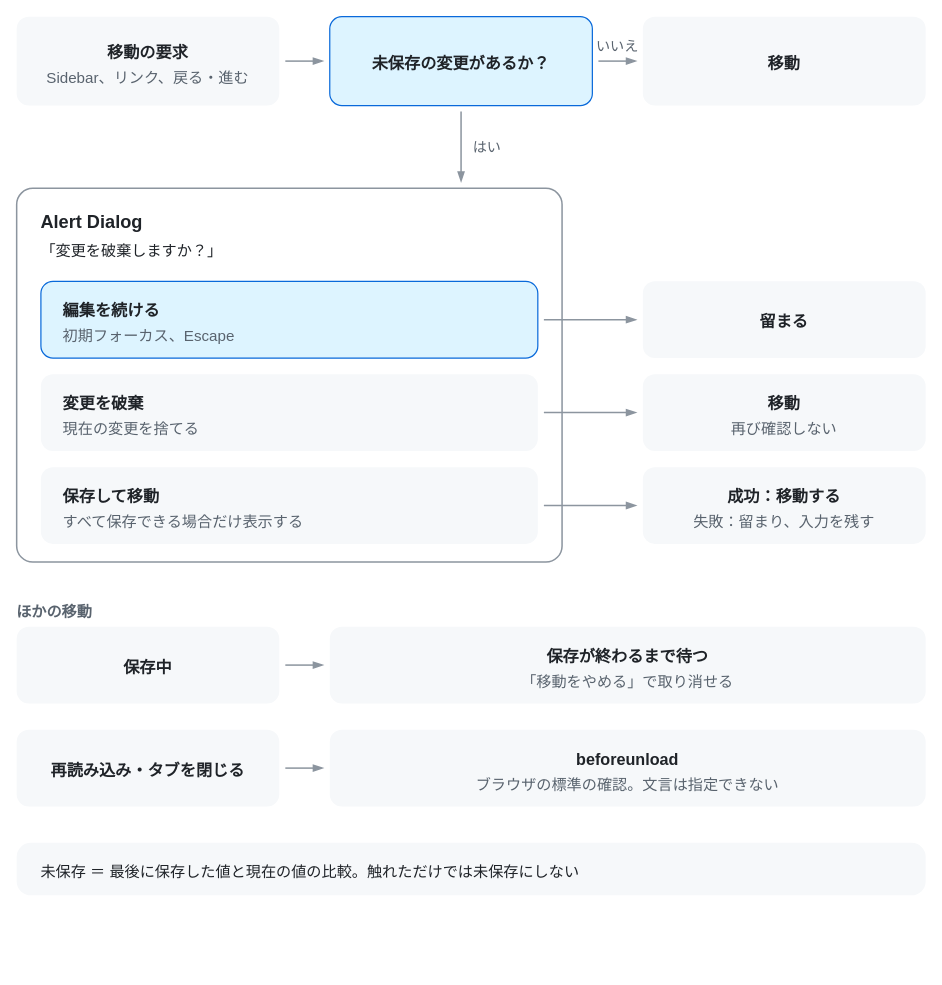
The draw.io diagram docs/diagrams/unsaved-navigation.drawio in ISSEI51/flow-design, before the edit. Source tidied: cells renumbered, new cells numbered last; positions are measured from the earlier drawing's top-left corner, leaving out a move shared by most shapes. Both pictures are drawn from the tidied source at 101%, with x=0, y=0 at pixel (16, 16).
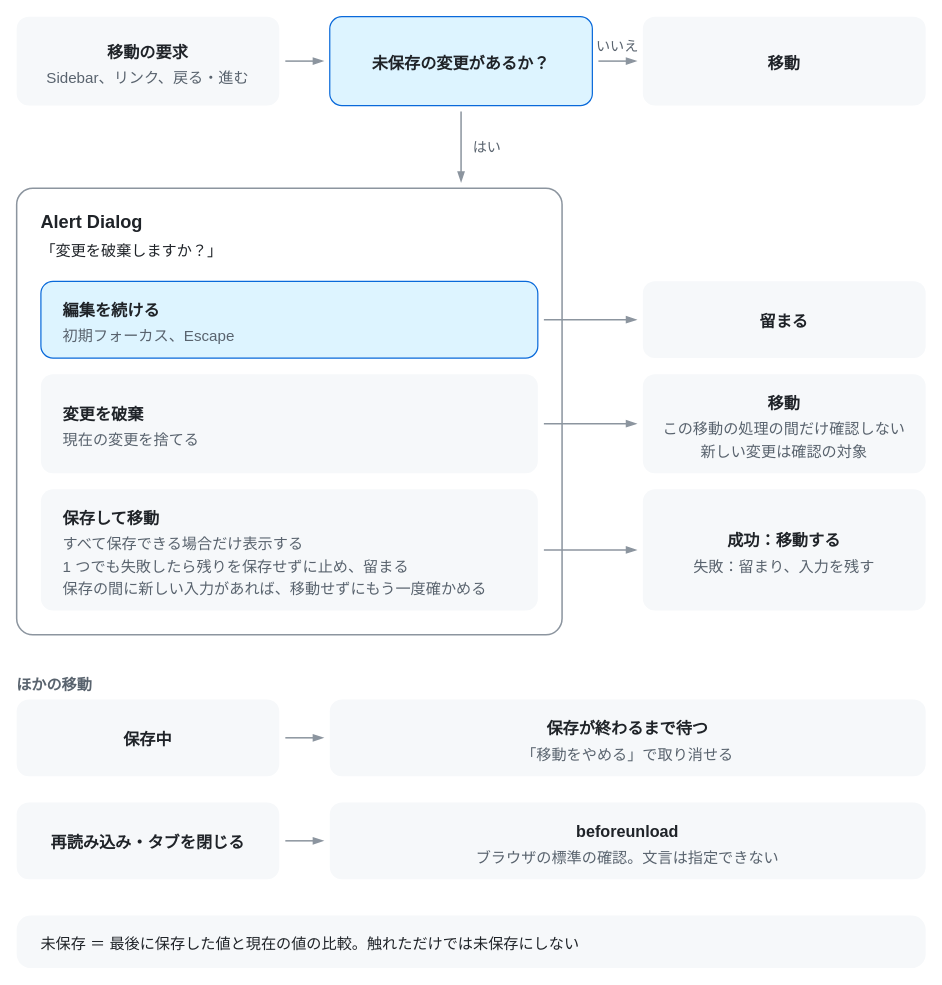
After the change.

What changed in the source:
```diff
@@
     <mxCell id="14" style="rounded=1;absoluteArcSize=1;arcSize=32;html=0;fillColor=light-dark(#FFFFFF,#0D1117);strokeColor=light-dark(#8C959F,#6E7681);strokeWidth=1.5;dashed=0;opacity=100;" parent="1" vertex="1">
-      <mxGeometry y="170" width="540" height="370" as="geometry" />
+      <mxGeometry y="170" width="540" height="442" as="geometry" />
     </mxCell>
@@
     <mxCell id="23" style="rounded=1;absoluteArcSize=1;arcSize=24;html=0;fillColor=light-dark(#F6F8FA,#161B22);strokeColor=none;strokeWidth=1.2;dashed=0;opacity=100;" parent="1" vertex="1">
-      <mxGeometry x="24" y="354" width="492" height="76" as="geometry" />
+      <mxGeometry x="24" y="354" width="492" height="98" as="geometry" />
     </mxCell>
     <mxCell id="24" value="変更を破棄" style="text;html=0;whiteSpace=nowrap;align=left;verticalAlign=top;spacing=0;fontFamily=Helvetica;fontSize=16;fontColor=light-dark(#1F2328,#E6EDF3);fontStyle=1;" parent="1" vertex="1">
-      <mxGeometry x="46" y="369" width="448" height="20" as="geometry" />
+      <mxGeometry x="46" y="380" width="448" height="20" as="geometry" />
     </mxCell>
     <mxCell id="25" value="現在の変更を捨てる" style="text;html=0;whiteSpace=nowrap;align=left;verticalAlign=top;spacing=0;fontFamily=Helvetica;fontSize=15;fontColor=light-dark(#59636E,#9198A1);fontStyle=0;" parent="1" vertex="1">
-      <mxGeometry x="46" y="395" width="448" height="20" as="geometry" />
+      <mxGeometry x="46" y="406" width="448" height="20" as="geometry" />
     </mxCell>
     <mxCell id="26" style="html=0;endArrow=blockThin;endFill=1;endSize=7;startArrow=none;strokeColor=light-dark(#8C959F,#6E7681);strokeWidth=1.5;dashed=0;rounded=1;" parent="1" edge="1">
       <mxGeometry relative="1" as="geometry">
-        <mxPoint x="522" y="392" as="sourcePoint" />
-        <mxPoint x="614" y="392" as="targetPoint" />
+        <mxPoint x="522" y="403" as="sourcePoint" />
+        <mxPoint x="614" y="403" as="targetPoint" />
       </mxGeometry>
     </mxCell>
     <mxCell id="27" style="rounded=1;absoluteArcSize=1;arcSize=24;html=0;fillColor=light-dark(#F6F8FA,#161B22);strokeColor=none;strokeWidth=1.2;dashed=0;opacity=100;" parent="1" vertex="1">
-      <mxGeometry x="620" y="354" width="280" height="76" as="geometry" />
+      <mxGeometry x="620" y="354" width="280" height="98" as="geometry" />
     </mxCell>
@@
-    <mxCell id="29" value="再び確認しない" style="text;html=0;whiteSpace=nowrap;align=center;verticalAlign=top;spacing=0;fontFamily=Helvetica;fontSize=15;fontColor=light-dark(#59636E,#9198A1);fontStyle=0;" parent="1" vertex="1">
+    <mxCell id="29" value="この移動の処理の間だけ確認しない" style="text;html=0;whiteSpace=nowrap;align=center;verticalAlign=top;spacing=0;fontFamily=Helvetica;fontSize=15;fontColor=light-dark(#59636E,#9198A1);fontStyle=0;" parent="1" vertex="1">
       <mxGeometry x="628" y="395" width="264" height="20" as="geometry" />
     </mxCell>
-    <mxCell id="30" style="rounded=1;absoluteArcSize=1;arcSize=24;html=0;fillColor=light-dark(#F6F8FA,#161B22);strokeColor=none;strokeWidth=1.2;dashed=0;opacity=100;" parent="1" vertex="1">
-      <mxGeometry x="24" y="446" width="492" height="76" as="geometry" />
+    <mxCell id="30" value="新しい変更は確認の対象" style="text;html=0;whiteSpace=nowrap;align=center;verticalAlign=top;spacing=0;fontFamily=Helvetica;fontSize=15;fontColor=light-dark(#59636E,#9198A1);fontStyle=0;" parent="1" vertex="1">
+      <mxGeometry x="628" y="417" width="264" height="20" as="geometry" />
     </mxCell>
-    <mxCell id="31" value="保存して移動" style="text;html=0;whiteSpace=nowrap;align=left;verticalAlign=top;spacing=0;fontFamily=Helvetica;fontSize=16;fontColor=light-dark(#1F2328,#E6EDF3);fontStyle=1;" parent="1" vertex="1">
-      <mxGeometry x="46" y="461" width="448" height="20" as="geometry" />
+    <mxCell id="31" style="rounded=1;absoluteArcSize=1;arcSize=24;html=0;fillColor=light-dark(#F6F8FA,#161B22);strokeColor=none;strokeWidth=1.2;dashed=0;opacity=100;" parent="1" vertex="1">
+      <mxGeometry x="24" y="468" width="492" height="120" as="geometry" />
     </mxCell>
-    <mxCell id="32" value="すべて保存できる場合だけ表示する" style="text;html=0;whiteSpace=nowrap;align=left;verticalAlign=top;spacing=0;fontFamily=Helvetica;fontSize=15;fontColor=light-dark(#59636E,#9198A1);fontStyle=0;" parent="1" vertex="1">
-      <mxGeometry x="46" y="487" width="448" height="20" as="geometry" />
+    <mxCell id="32" value="保存して移動" style="text;html=0;whiteSpace=nowrap;align=left;verticalAlign=top;spacing=0;fontFamily=Helvetica;fontSize=16;fontColor=light-dark(#1F2328,#E6EDF3);fontStyle=1;" parent="1" vertex="1">
+      <mxGeometry x="46" y="483" width="448" height="20" as="geometry" />
     </mxCell>
-    <mxCell id="33" style="html=0;endArrow=blockThin;endFill=1;endSize=7;startArrow=none;strokeColor=light-dark(#8C959F,#6E7681);strokeWidth=1.5;dashed=0;rounded=1;" parent="1" edge="1">
-      <mxGeometry relative="1" as="geometry">
-        <mxPoint x="522" y="484" as="sourcePoint" />
-        <mxPoint x="614" y="484" as="targetPoint" />
-      </mxGeometry>
+    <mxCell id="33" value="すべて保存できる場合だけ表示する" style="text;html=0;whiteSpace=nowrap;align=left;verticalAlign=top;spacing=0;fontFamily=Helvetica;fontSize=15;fontColor=light-dark(#59636E,#9198A1);fontStyle=0;" parent="1" vertex="1">
+      <mxGeometry x="46" y="509" width="448" height="20" as="geometry" />
     </mxCell>
-    <mxCell id="34" style="rounded=1;absoluteArcSize=1;arcSize=24;html=0;fillColor=light-dark(#F6F8FA,#161B22);strokeColor=none;strokeWidth=1.2;dashed=0;opacity=100;" parent="1" vertex="1">
-      <mxGeometry x="620" y="446" width="280" height="76" as="geometry" />
+    <mxCell id="34" value="1 つでも失敗したら残りを保存せずに止め、留まる" style="text;html=0;whiteSpace=nowrap;align=left;verticalAlign=top;spacing=0;fontFamily=Helvetica;fontSize=15;fontColor=light-dark(#59636E,#9198A1);fontStyle=0;" parent="1" vertex="1">
+      <mxGeometry x="46" y="531" width="448" height="20" as="geometry" />
     </mxCell>
-    <mxCell id="35" value="成功：移動する" style="text;html=0;whiteSpace=nowrap;align=center;verticalAlign=top;spacing=0;fontFamily=Helvetica;fontSize=16;fontColor=light-dark(#1F2328,#E6EDF3);fontStyle=1;" parent="1" vertex="1">
-      <mxGeometry x="628" y="461" width="264" height="20" as="geometry" />
+    <mxCell id="35" value="保存の間に新しい入力があれば、移動せずにもう一度確かめる" style="text;html=0;whiteSpace=nowrap;align=left;verticalAlign=top;spacing=0;fontFamily=Helvetica;fontSize=15;fontColor=light-dark(#59636E,#9198A1);fontStyle=0;" parent="1" vertex="1">
+      <mxGeometry x="46" y="553" width="448" height="20" as="geometry" />
     </mxCell>
-    <mxCell id="36" value="失敗：留まり、入力を残す" style="text;html=0;whiteSpace=nowrap;align=center;verticalAlign=top;spacing=0;fontFamily=Helvetica;fontSize=15;fontColor=light-dark(#59636E,#9198A1);fontStyle=0;" parent="1" vertex="1">
-      <mxGeometry x="628" y="487" width="264" height="20" as="geometry" />
+    <mxCell id="36" style="html=0;endArrow=blockThin;endFill=1;endSize=7;startArrow=none;strokeColor=light-dark(#8C959F,#6E7681);strokeWidth=1.5;dashed=0;rounded=1;" parent="1" edge="1">
+      <mxGeometry relative="1" as="geometry">
+        <mxPoint x="522" y="528" as="sourcePoint" />
+        <mxPoint x="614" y="528" as="targetPoint" />
+      </mxGeometry>
     </mxCell>
-    <mxCell id="37" value="ほかの移動" style="text;html=0;whiteSpace=nowrap;align=left;verticalAlign=top;spacing=0;fontFamily=Helvetica;fontSize=15;fontColor=light-dark(#59636E,#9198A1);fontStyle=1;" parent="1" vertex="1">
-      <mxGeometry y="576" width="83" height="20" as="geometry" />
+    <mxCell id="37" style="rounded=1;absoluteArcSize=1;arcSize=24;html=0;fillColor=light-dark(#F6F8FA,#161B22);strokeColor=none;strokeWidth=1.2;dashed=0;opacity=100;" parent="1" vertex="1">
+      <mxGeometry x="620" y="468" width="280" height="120" as="geometry" />
     </mxCell>
-    <mxCell id="38" style="rounded=1;absoluteArcSize=1;arcSize=24;html=0;fillColor=light-dark(#F6F8FA,#161B22);strokeColor=none;strokeWidth=1.2;dashed=0;opacity=100;" parent="1" vertex="1">
-      <mxGeometry y="604" width="260" height="76" as="geometry" />
+    <mxCell id="38" value="成功：移動する" style="text;html=0;whiteSpace=nowrap;align=center;verticalAlign=top;spacing=0;fontFamily=Helvetica;fontSize=16;fontColor=light-dark(#1F2328,#E6EDF3);fontStyle=1;" parent="1" vertex="1">
+      <mxGeometry x="628" y="505" width="264" height="20" as="geometry" />
     </mxCell>
-    <mxCell id="39" value="保存中" style="text;html=0;whiteSpace=nowrap;align=center;verticalAlign=top;spacing=0;fontFamily=Helvetica;fontSize=16;fontColor=light-dark(#1F2328,#E6EDF3);fontStyle=1;" parent="1" vertex="1">
-      <mxGeometry x="8" y="630" width="244" height="20" as="geometry" />
+    <mxCell id="39" value="失敗：留まり、入力を残す" style="text;html=0;whiteSpace=nowrap;align=center;verticalAlign=top;spacing=0;fontFamily=Helvetica;fontSize=15;fontColor=light-dark(#59636E,#9198A1);fontStyle=0;" parent="1" vertex="1">
+      <mxGeometry x="628" y="531" width="264" height="20" as="geometry" />
     </mxCell>
-    <mxCell id="40" style="html=0;endArrow=blockThin;endFill=1;endSize=7;startArrow=none;strokeColor=light-dark(#8C959F,#6E7681);strokeWidth=1.5;dashed=0;rounded=1;" parent="1" edge="1">
-      <mxGeometry relative="1" as="geometry">
-        <mxPoint x="266" y="642" as="sourcePoint" />
-        <mxPoint x="304" y="642" as="targetPoint" />
-      </mxGeometry>
+    <mxCell id="40" value="ほかの移動" style="text;html=0;whiteSpace=nowrap;align=left;verticalAlign=top;spacing=0;fontFamily=Helvetica;fontSize=15;fontColor=light-dark(#59636E,#9198A1);fontStyle=1;" parent="1" vertex="1">
+      <mxGeometry y="648" width="83" height="20" as="geometry" />
     </mxCell>
     <mxCell id="41" style="rounded=1;absoluteArcSize=1;arcSize=24;html=0;fillColor=light-dark(#F6F8FA,#161B22);strokeColor=none;strokeWidth=1.2;dashed=0;opacity=100;" parent="1" vertex="1">
-      <mxGeometry x="310" y="604" width="590" height="76" as="geometry" />
+      <mxGeometry y="676" width="260" height="76" as="geometry" />
     </mxCell>
-    <mxCell id="42" value="保存が終わるまで待つ" style="text;html=0;whiteSpace=nowrap;align=center;verticalAlign=top;spacing=0;fontFamily=Helvetica;fontSize=16;fontColor=light-dark(#1F2328,#E6EDF3);fontStyle=1;" parent="1" vertex="1">
-      <mxGeometry x="318" y="619" width="574" height="20" as="geometry" />
+    <mxCell id="42" value="保存中" style="text;html=0;whiteSpace=nowrap;align=center;verticalAlign=top;spacing=0;fontFamily=Helvetica;fontSize=16;fontColor=light-dark(#1F2328,#E6EDF3);fontStyle=1;" parent="1" vertex="1">
+      <mxGeometry x="8" y="702" width="244" height="20" as="geometry" />
     </mxCell>
-    <mxCell id="43" value="「移動をやめる」で取り消せる" style="text;html=0;whiteSpace=nowrap;align=center;verticalAlign=top;spacing=0;fontFamily=Helvetica;fontSize=15;fontColor=light-dark(#59636E,#9198A1);fontStyle=0;" parent="1" vertex="1">
-      <mxGeometry x="318" y="645" width="574" height="20" as="geometry" />
+    <mxCell id="43" style="html=0;endArrow=blockThin;endFill=1;endSize=7;startArrow=none;strokeColor=light-dark(#8C959F,#6E7681);strokeWidth=1.5;dashed=0;rounded=1;" parent="1" edge="1">
+      <mxGeometry relative="1" as="geometry">
+        <mxPoint x="266" y="714" as="sourcePoint" />
+        <mxPoint x="304" y="714" as="targetPoint" />
+      </mxGeometry>
     </mxCell>
     <mxCell id="44" style="rounded=1;absoluteArcSize=1;arcSize=24;html=0;fillColor=light-dark(#F6F8FA,#161B22);strokeColor=none;strokeWidth=1.2;dashed=0;opacity=100;" parent="1" vertex="1">
-      <mxGeometry y="706" width="260" height="76" as="geometry" />
+      <mxGeometry x="310" y="676" width="590" height="76" as="geometry" />
     </mxCell>
-    <mxCell id="45" value="再読み込み・タブを閉じる" style="text;html=0;whiteSpace=nowrap;align=center;verticalAlign=top;spacing=0;fontFamily=Helvetica;fontSize=16;fontColor=light-dark(#1F2328,#E6EDF3);fontStyle=1;" parent="1" vertex="1">
-      <mxGeometry x="8" y="732" width="244" height="20" as="geometry" />
+    <mxCell id="45" value="保存が終わるまで待つ" style="text;html=0;whiteSpace=nowrap;align=center;verticalAlign=top;spacing=0;fontFamily=Helvetica;fontSize=16;fontColor=light-dark(#1F2328,#E6EDF3);fontStyle=1;" parent="1" vertex="1">
+      <mxGeometry x="318" y="691" width="574" height="20" as="geometry" />
     </mxCell>
-    <mxCell id="46" style="html=0;endArrow=blockThin;endFill=1;endSize=7;startArrow=none;strokeColor=light-dark(#8C959F,#6E7681);strokeWidth=1.5;dashed=0;rounded=1;" parent="1" edge="1">
-      <mxGeometry relative="1" as="geometry">
-        <mxPoint x="266" y="744" as="sourcePoint" />
-        <mxPoint x="304" y="744" as="targetPoint" />
-      </mxGeometry>
+    <mxCell id="46" value="「移動をやめる」で取り消せる" style="text;html=0;whiteSpace=nowrap;align=center;verticalAlign=top;spacing=0;fontFamily=Helvetica;fontSize=15;fontColor=light-dark(#59636E,#9198A1);fontStyle=0;" parent="1" vertex="1">
+      <mxGeometry x="318" y="717" width="574" height="20" as="geometry" />
     </mxCell>
     <mxCell id="47" style="rounded=1;absoluteArcSize=1;arcSize=24;html=0;fillColor=light-dark(#F6F8FA,#161B22);strokeColor=none;strokeWidth=1.2;dashed=0;opacity=100;" parent="1" vertex="1">
-      <mxGeometry x="310" y="706" width="590" height="76" as="geometry" />
+      <mxGeometry y="778" width="260" height="76" as="geometry" />
     </mxCell>
-    <mxCell id="48" value="beforeunload" style="text;html=0;whiteSpace=nowrap;align=center;verticalAlign=top;spacing=0;fontFamily=Helvetica;fontSize=16;fontColor=light-dark(#1F2328,#E6EDF3);fontStyle=1;" parent="1" vertex="1">
-      <mxGeometry x="318" y="721" width="574" height="20" as="geometry" />
+    <mxCell id="48" value="再読み込み・タブを閉じる" style="text;html=0;whiteSpace=nowrap;align=center;verticalAlign=top;spacing=0;fontFamily=Helvetica;fontSize=16;fontColor=light-dark(#1F2328,#E6EDF3);fontStyle=1;" parent="1" vertex="1">
+      <mxGeometry x="8" y="804" width="244" height="20" as="geometry" />
     </mxCell>
-    <mxCell id="49" value="ブラウザの標準の確認。文言は指定できない" style="text;html=0;whiteSpace=nowrap;align=center;verticalAlign=top;spacing=0;fontFamily=Helvetica;fontSize=15;fontColor=light-dark(#59636E,#9198A1);fontStyle=0;" parent="1" vertex="1">
-      <mxGeometry x="318" y="747" width="574" height="20" as="geometry" />
+    <mxCell id="49" style="html=0;endArrow=blockThin;endFill=1;endSize=7;startArrow=none;strokeColor=light-dark(#8C959F,#6E7681);strokeWidth=1.5;dashed=0;rounded=1;" parent="1" edge="1">
+      <mxGeometry relative="1" as="geometry">
+        <mxPoint x="266" y="816" as="sourcePoint" />
+        <mxPoint x="304" y="816" as="targetPoint" />
+      </mxGeometry>
     </mxCell>
-    <mxCell id="50" style="rounded=1;absoluteArcSize=1;arcSize=28;html=0;fillColor=light-dark(#F6F8FA,#161B22);strokeColor=none;strokeWidth=1.5;dashed=0;opacity=100;" parent="1" vertex="1">
-      <mxGeometry y="818" width="900" height="52" as="geometry" />
+    <mxCell id="50" style="rounded=1;absoluteArcSize=1;arcSize=24;html=0;fillColor=light-dark(#F6F8FA,#161B22);strokeColor=none;strokeWidth=1.2;dashed=0;opacity=100;" parent="1" vertex="1">
+      <mxGeometry x="310" y="778" width="590" height="76" as="geometry" />
     </mxCell>
-    <mxCell id="51" value="未保存 ＝ 最後に保存した値と現在の値の比較。触れただけでは未保存にしない" style="text;html=0;whiteSpace=nowrap;align=left;verticalAlign=top;spacing=0;fontFamily=Helvetica;fontSize=15;fontColor=light-dark(#1F2328,#E6EDF3);fontStyle=0;" parent="1" vertex="1">
-      <mxGeometry x="24" y="833" width="852" height="20" as="geometry" />
+    <mxCell id="51" value="beforeunload" style="text;html=0;whiteSpace=nowrap;align=center;verticalAlign=top;spacing=0;fontFamily=Helvetica;fontSize=16;fontColor=light-dark(#1F2328,#E6EDF3);fontStyle=1;" parent="1" vertex="1">
+      <mxGeometry x="318" y="793" width="574" height="20" as="geometry" />
     </mxCell>
+    <mxCell id="52" value="ブラウザの標準の確認。文言は指定できない" style="text;html=0;whiteSpace=nowrap;align=center;verticalAlign=top;spacing=0;fontFamily=Helvetica;fontSize=15;fontColor=light-dark(#59636E,#9198A1);fontStyle=0;" parent="1" vertex="1">
+      <mxGeometry x="318" y="819" width="574" height="20" as="geometry" />
+    </mxCell>
+    <mxCell id="53" style="rounded=1;absoluteArcSize=1;arcSize=28;html=0;fillColor=light-dark(#F6F8FA,#161B22);strokeColor=none;strokeWidth=1.5;dashed=0;opacity=100;" parent="1" vertex="1">
+      <mxGeometry y="890" width="900" height="52" as="geometry" />
+    </mxCell>
+    <mxCell id="54" value="未保存 ＝ 最後に保存した値と現在の値の比較。触れただけでは未保存にしない" style="text;html=0;whiteSpace=nowrap;align=left;verticalAlign=top;spacing=0;fontFamily=Helvetica;fontSize=15;fontColor=light-dark(#1F2328,#E6EDF3);fontStyle=0;" parent="1" vertex="1">
+      <mxGeometry x="24" y="905" width="852" height="20" as="geometry" />
+    </mxCell>
```
